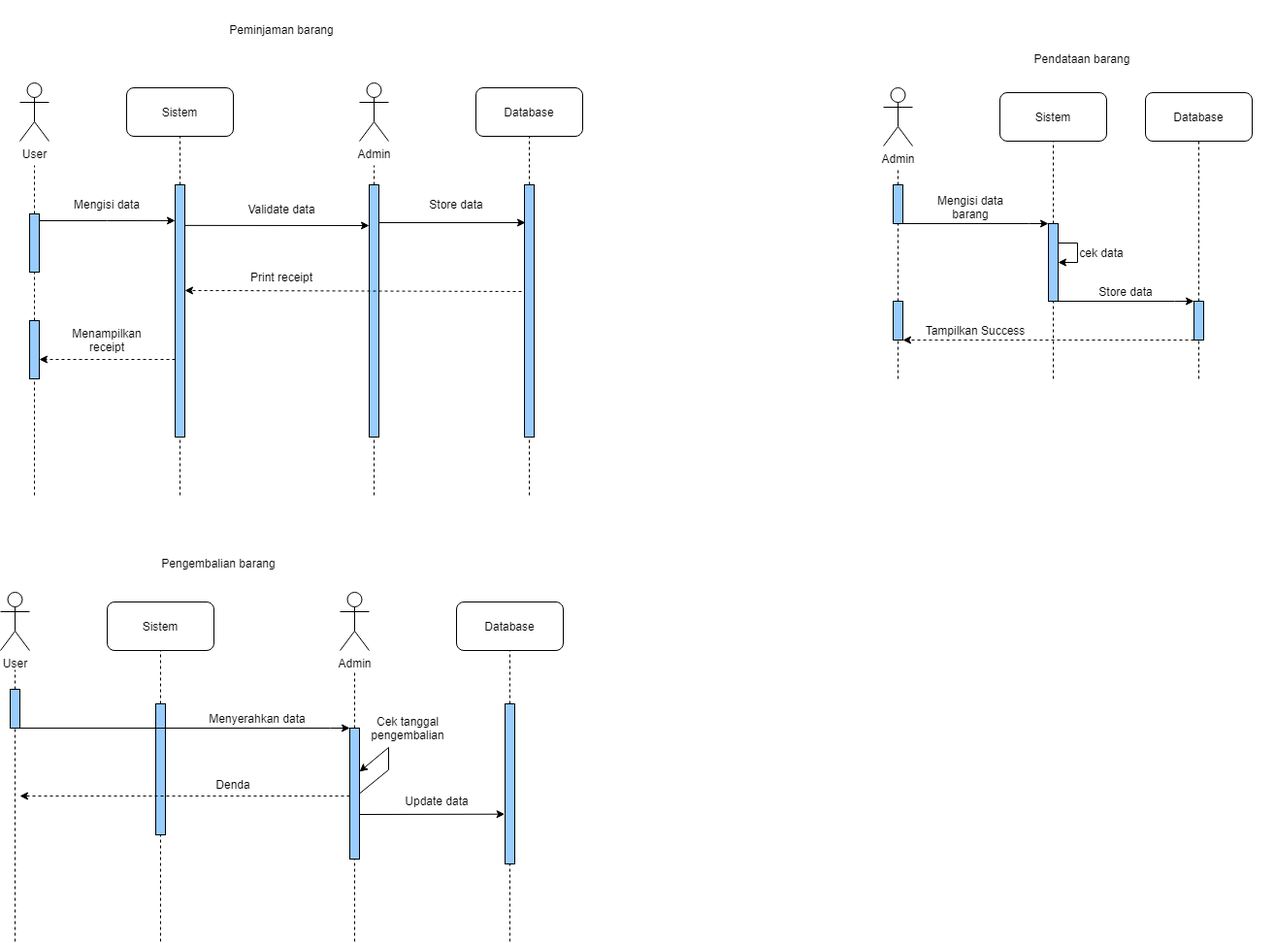
The draw.io diagram diagrams/Sequence Diagram.drawio.png in johannfac/aplikasipeminjamanaset, before a commit. Source tidied: cells renumbered, new cells last; positions are measured from the earlier drawing's top-left corner, leaving out a move shared by most shapes.
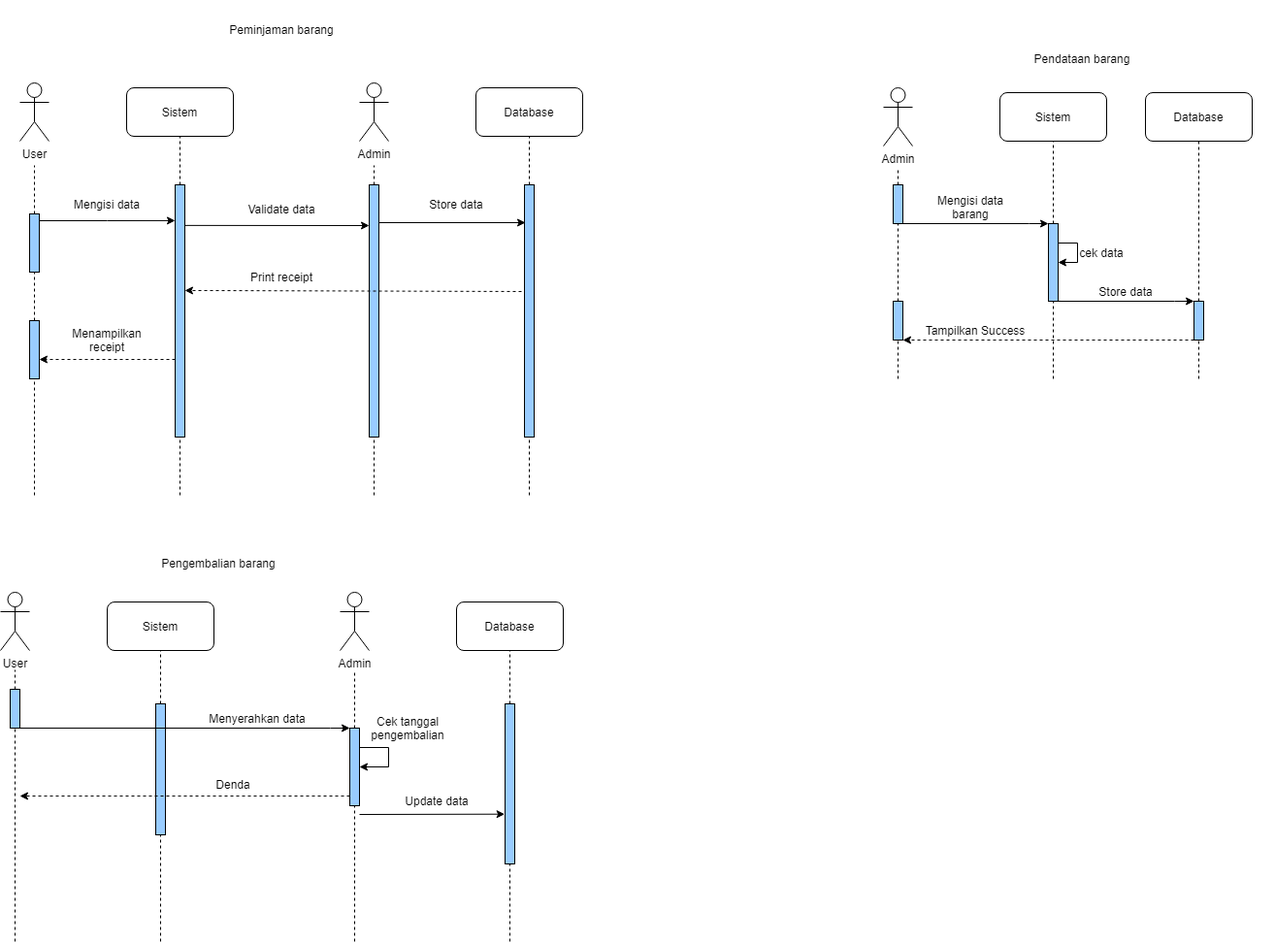
Later version of the same file.

The edit, as a diff of the source:
```diff
@@ -278,7 +278,7 @@
       </mxGeometry>
     </mxCell>
     <mxCell id="71" style="rounded=0;whiteSpace=wrap;html=1;fillColor=#99CCFF;" parent="1" vertex="1">
-      <mxGeometry x="360" y="750" width="10" height="135" as="geometry" />
+      <mxGeometry x="360" y="750" width="10" height="80" as="geometry" />
     </mxCell>
     <mxCell id="72" style="endArrow=none;dashed=1;html=1;rounded=0;entryX=0.5;entryY=1;entryDx=0;entryDy=0;" parent="1" edge="1" target="71">
       <mxGeometry relative="1" as="geometry">
@@ -288,11 +288,11 @@
     <mxCell id="73" value="Menyerahkan data" style="text;html=1;strokeColor=none;fillColor=none;align=center;verticalAlign=middle;whiteSpace=wrap;rounded=0;" parent="1" vertex="1">
       <mxGeometry x="205" y="730" width="120" height="20" as="geometry" />
     </mxCell>
-    <mxCell id="74" style="endArrow=classic;html=1;rounded=0;exitX=1;exitY=0.5;exitDx=0;exitDy=0;entryX=1;entryY=0.333;entryDx=0;entryDy=0;entryPerimeter=0;" parent="1" edge="1" source="71" target="71">
+    <mxCell id="74" style="endArrow=classic;html=1;rounded=0;exitX=1;exitY=0.25;exitDx=0;exitDy=0;entryX=1;entryY=0.5;entryDx=0;entryDy=0;" parent="1" edge="1" source="71" target="71">
       <mxGeometry relative="1" as="geometry">
         <Array as="points">
-          <mxPoint x="400" y="793" />
           <mxPoint x="400" y="770" />
+          <mxPoint x="400" y="790" />
         </Array>
       </mxGeometry>
     </mxCell>
```
